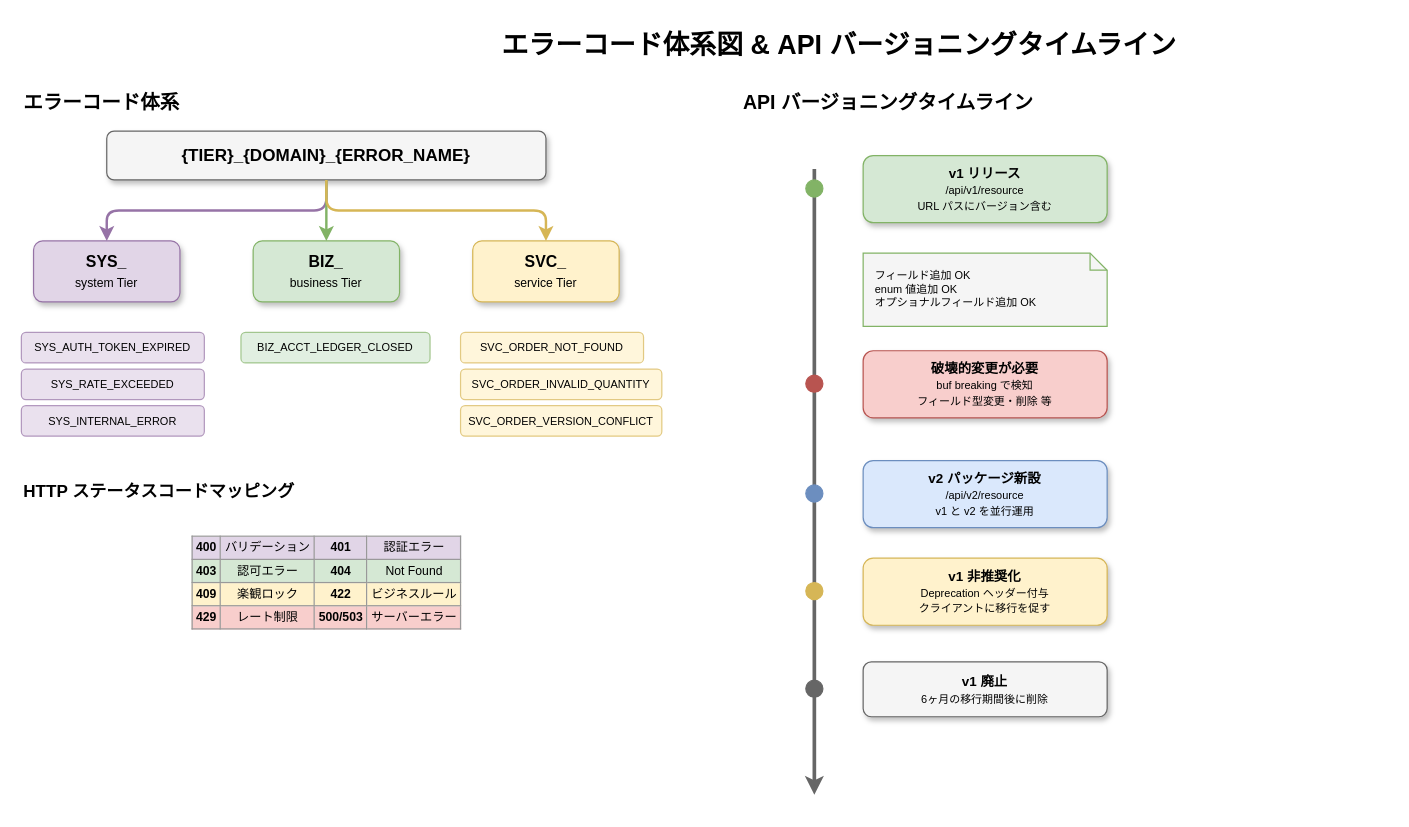
Before: docs/architecture/api/images/error-code-system.drawio in RyuheiKiso/k1s0, a draw.io diagram. Source tidied: cells renumbered, new cells numbered last; positions are measured from the earlier drawing's top-left corner, leaving out a move shared by most shapes. Both pictures are drawn from the tidied source at 122%, with x=0, y=0 at pixel (21, 21).
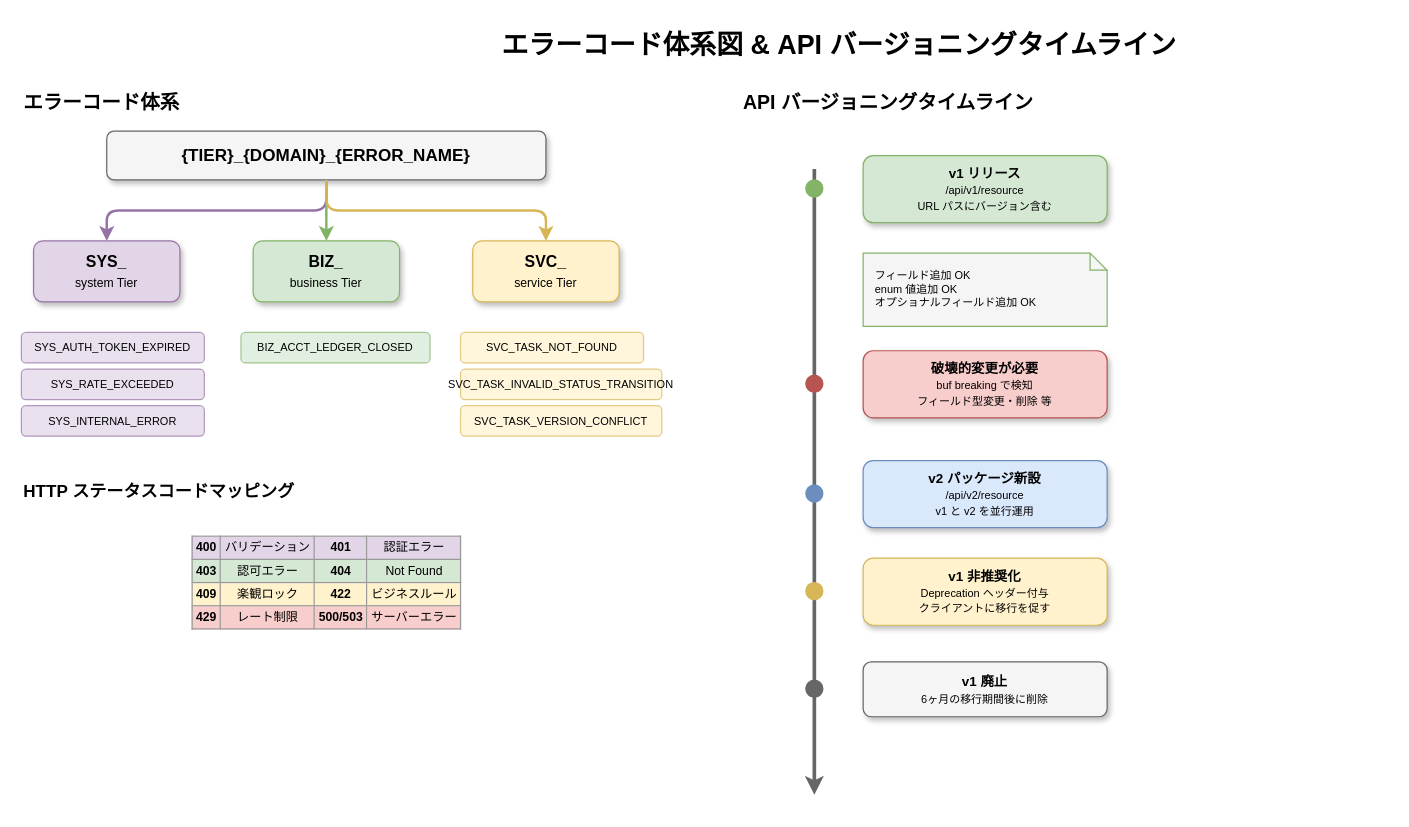
The same page after the edit.

Diff of the diagram source:
```diff
@@
-    <mxCell id="15" value="SVC_ORDER_NOT_FOUND" style="rounded=1;whiteSpace=wrap;html=1;fontSize=9;fillColor=#FFF2CC;strokeColor=#D6B656;opacity=70;" parent="1" vertex="1">
+    <mxCell id="15" value="SVC_TASK_NOT_FOUND" style="rounded=1;whiteSpace=wrap;html=1;fontSize=9;fillColor=#FFF2CC;strokeColor=#D6B656;opacity=70;" parent="1" vertex="1">
       <mxGeometry x="360" y="255" width="150" height="25" as="geometry" />
     </mxCell>
-    <mxCell id="16" value="SVC_ORDER_INVALID_QUANTITY" style="rounded=1;whiteSpace=wrap;html=1;fontSize=9;fillColor=#FFF2CC;strokeColor=#D6B656;opacity=70;" parent="1" vertex="1">
+    <mxCell id="16" value="SVC_TASK_INVALID_STATUS_TRANSITION" style="rounded=1;whiteSpace=wrap;html=1;fontSize=9;fillColor=#FFF2CC;strokeColor=#D6B656;opacity=70;" parent="1" vertex="1">
       <mxGeometry x="360" y="285" width="165" height="25" as="geometry" />
     </mxCell>
-    <mxCell id="17" value="SVC_ORDER_VERSION_CONFLICT" style="rounded=1;whiteSpace=wrap;html=1;fontSize=9;fillColor=#FFF2CC;strokeColor=#D6B656;opacity=70;" parent="1" vertex="1">
+    <mxCell id="17" value="SVC_TASK_VERSION_CONFLICT" style="rounded=1;whiteSpace=wrap;html=1;fontSize=9;fillColor=#FFF2CC;strokeColor=#D6B656;opacity=70;" parent="1" vertex="1">
       <mxGeometry x="360" y="315" width="165" height="25" as="geometry" />
     </mxCell>
```
